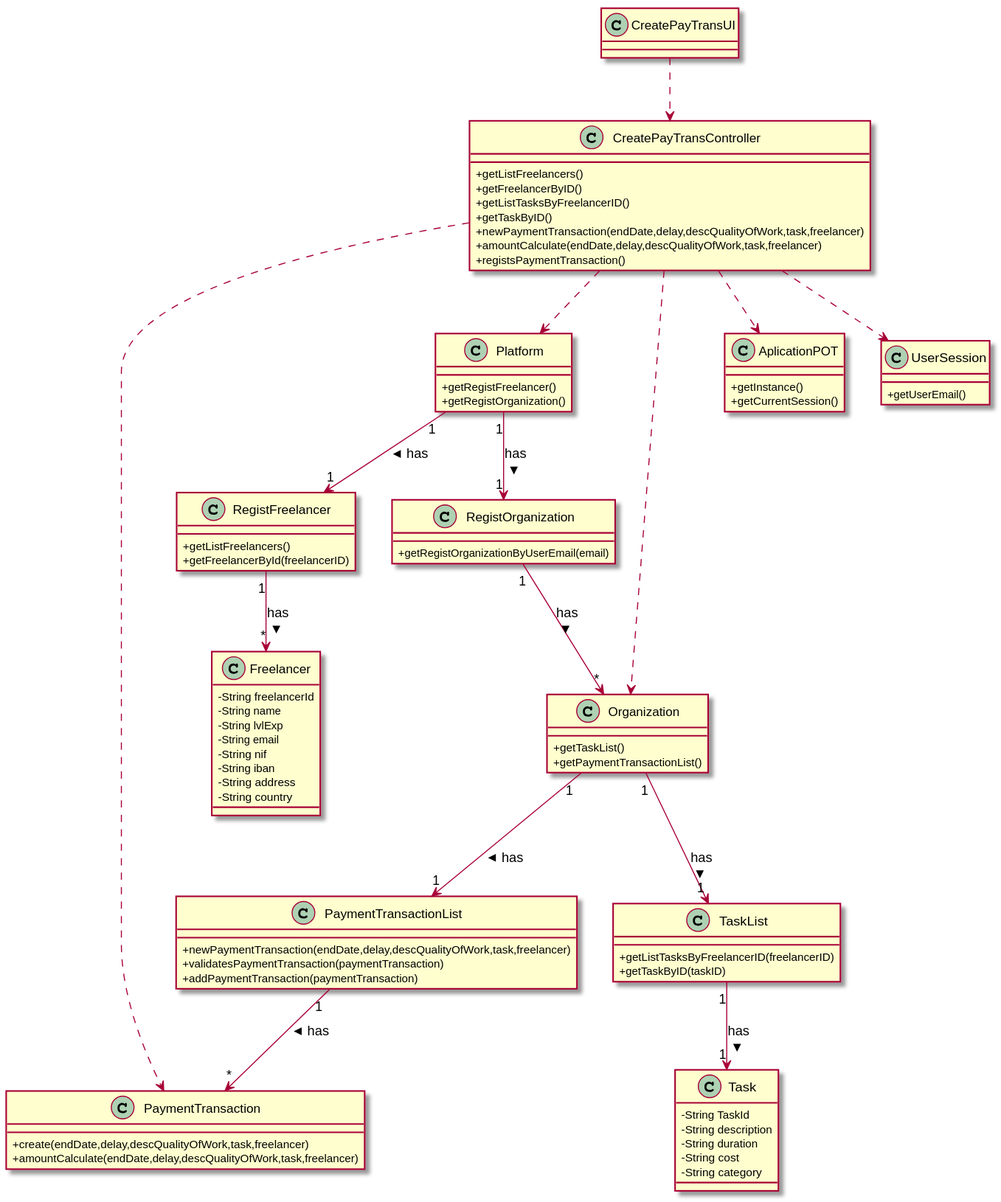
This is LAPR2-2020-G010-Application/docs/usecases/UC4/UC4_CD.svg from LourencoMelo/ISEP-LAPR2, a PlantUML export, as it was before one commit. Source of this version:
```plantuml
@startuml
skinparam classAttributeIconSize 0

class CreatePayTransUI{
}

class Freelancer{
-String freelancerId
-String name
-String lvlExp
-String email
-String nif
-String iban
-String address
-String country
}

class CreatePayTransController{
+getListFreelancers()
+getFreelancerByID()
+getListTasksByFreelancerID()
+getTaskByID()
+newPaymentTransaction(endDate,delay,descQualityOfWork,task,freelancer)
+amountCalculate(endDate,delay,descQualityOfWork,task,freelancer)
+registsPaymentTransaction()
}

class Platform{
+getRegistFreelancer()
+getRegistOrganization()
}

class AplicationPOT{
+getInstance()
+getCurrentSession()
}

class UserSession{
+getUserEmail()
}

class Task{
-String TaskId
-String description
-String duration
-String cost
-String category
}

class RegistOrganization{
+getRegistOrganizationByUserEmail(email)
}

class RegistFreelancer{
+getListFreelancers()
+getFreelancerById(freelancerID)
}

class Organization{
+getTaskList()
+getPaymentTransactionList()
}

class TaskList{
+getListTasksByFreelancerID(freelancerID)
+getTaskByID(taskID)
}

class PaymentTransactionList{
+newPaymentTransaction(endDate,delay,descQualityOfWork,task,freelancer)
+validatesPaymentTransaction(paymentTransaction)
+addPaymentTransaction(paymentTransaction)
}

class PaymentTransaction{
+create(endDate,delay,descQualityOfWork,task,freelancer)
+amountCalculate(endDate,delay,descQualityOfWork,task,freelancer)
}

CreatePayTransUI ..> CreatePayTransController
CreatePayTransController ..> Platform
CreatePayTransController ..> UserSession
CreatePayTransController ..> AplicationPOT
Platform "1" --> "1" RegistFreelancer : has >
Platform "1" --> "1" RegistOrganization : has >
RegistOrganization "1" --> "*" Organization : has >
CreatePayTransController ..> Organization
RegistFreelancer "1" --> "*" Freelancer : has >
Organization "1" --> "1" TaskList : has >
Organization "1" --> "1" PaymentTransactionList : has >
PaymentTransactionList "1" --> "*" PaymentTransaction : has >
CreatePayTransController ..> PaymentTransaction
TaskList "1" --> "1" Task : has >
@enduml
```
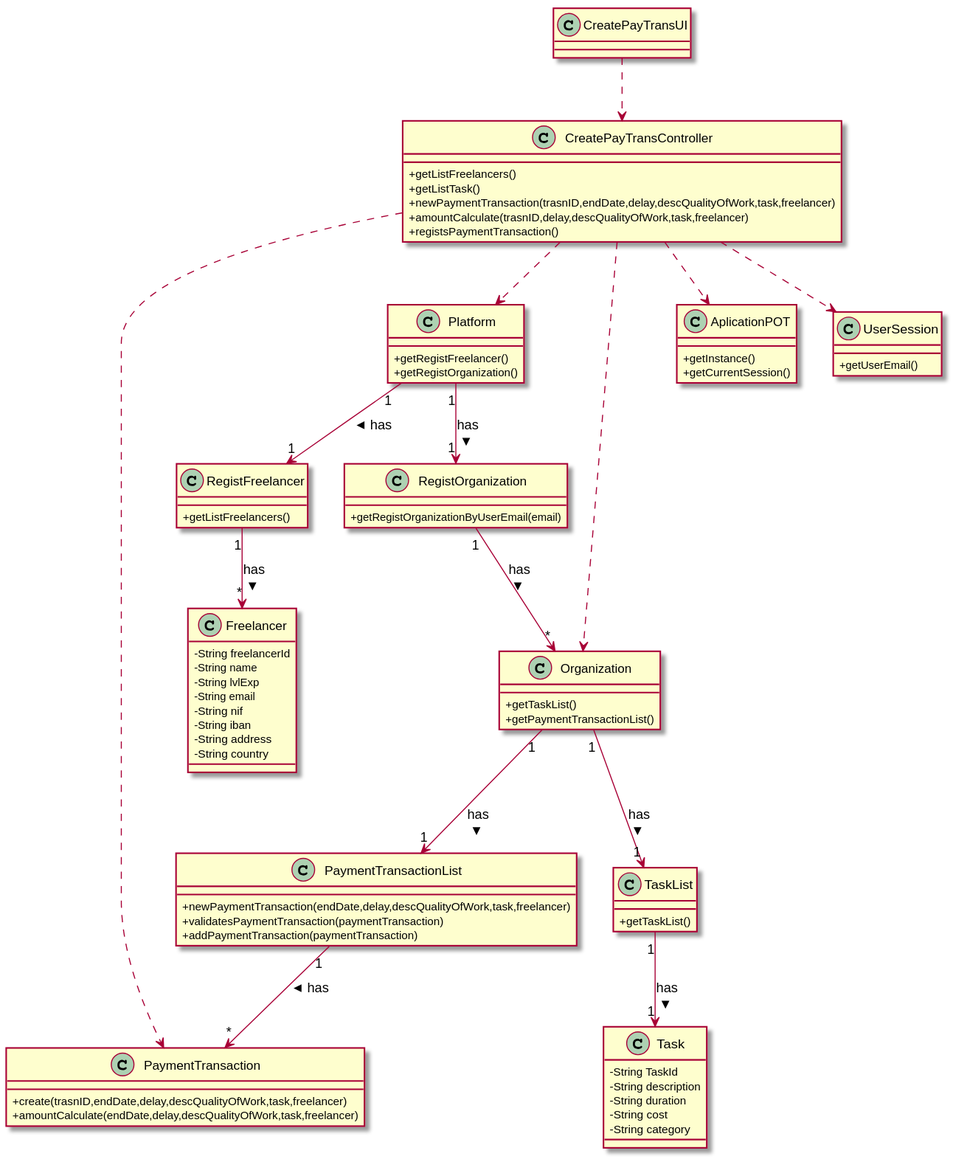
Above is the later version.

The edit, as a diff of the source:
```diff
@@ -17,11 +17,9 @@
 
 class CreatePayTransController{
 +getListFreelancers()
-+getFreelancerByID()
-+getListTasksByFreelancerID()
-+getTaskByID()
-+newPaymentTransaction(endDate,delay,descQualityOfWork,task,freelancer)
-+amountCalculate(endDate,delay,descQualityOfWork,task,freelancer)
++getListTask()
++newPaymentTransaction(trasnID,endDate,delay,descQualityOfWork,task,freelancer)
++amountCalculate(trasnID,delay,descQualityOfWork,task,freelancer)
 +registsPaymentTransaction()
 }
 
@@ -53,7 +51,6 @@
 
 class RegistFreelancer{
 +getListFreelancers()
-+getFreelancerById(freelancerID)
 }
 
 class Organization{
@@ -62,8 +59,7 @@
 }
 
 class TaskList{
-+getListTasksByFreelancerID(freelancerID)
-+getTaskByID(taskID)
++getTaskList()
 }
 
 class PaymentTransactionList{
@@ -73,7 +69,7 @@
 }
 
 class PaymentTransaction{
-+create(endDate,delay,descQualityOfWork,task,freelancer)
++create(trasnID,endDate,delay,descQualityOfWork,task,freelancer)
 +amountCalculate(endDate,delay,descQualityOfWork,task,freelancer)
 }
 
```
